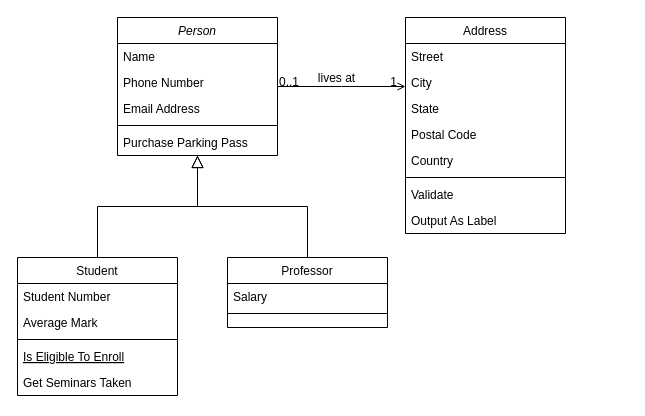
The draw.io diagram Unbenanntes Diagramm.drawio in LadyIsCoding/LadyIsCoding, before the edit. Source tidied: cells renumbered, new cells numbered last; positions are measured from the earlier drawing's top-left corner, leaving out a move shared by most shapes. Both pictures are drawn from the tidied source at 100%, with x=0, y=0 at pixel (17, 17).
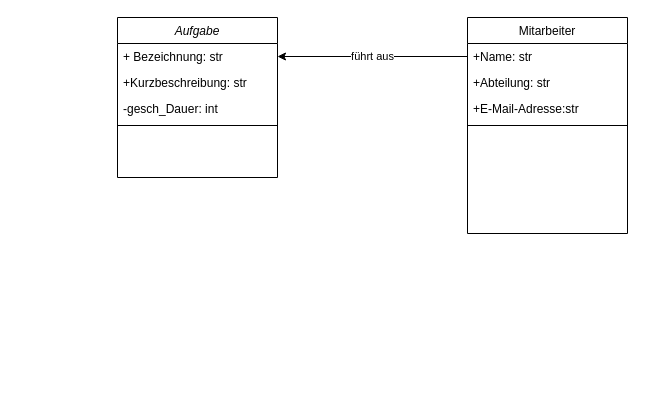
Above is the later version.

What changed in the source:
```diff
@@
-    <mxCell id="2" value="Person" style="swimlane;fontStyle=2;align=center;verticalAlign=top;horizontal=1;startSize=26;rounded=0;shadow=0;strokeWidth=1;" parent="1" vertex="1">
-      <mxGeometry x="100" width="160" height="138" as="geometry" />
+    <mxCell id="2" value="Aufgabe" style="swimlane;fontStyle=2;align=center;verticalAlign=top;horizontal=1;startSize=26;rounded=0;shadow=0;strokeWidth=1;" parent="1" vertex="1">
+      <mxGeometry x="100" width="160" height="160" as="geometry" />
     </mxCell>
-    <mxCell id="3" value="Name" style="text;align=left;verticalAlign=top;spacingLeft=4;spacingRight=4;overflow=hidden;points=[[0,0.5],[1,0.5]];portConstraint=eastwest;" parent="2" vertex="1">
+    <mxCell id="3" value="+ Bezeichnung: str" style="text;align=left;verticalAlign=top;spacingLeft=4;spacingRight=4;overflow=hidden;points=[[0,0.5],[1,0.5]];portConstraint=eastwest;" parent="2" vertex="1">
       <mxGeometry y="26" width="160" height="26" as="geometry" />
     </mxCell>
-    <mxCell id="4" value="Phone Number" style="text;align=left;verticalAlign=top;spacingLeft=4;spacingRight=4;overflow=hidden;rounded=0;shadow=0;html=0;" parent="2" vertex="1">
+    <mxCell id="4" value="+Kurzbeschreibung: str" style="text;align=left;verticalAlign=top;spacingLeft=4;spacingRight=4;overflow=hidden;rounded=0;shadow=0;html=0;" parent="2" vertex="1">
       <mxGeometry y="52" width="160" height="26" as="geometry" />
     </mxCell>
-    <mxCell id="5" value="Email Address" style="text;align=left;verticalAlign=top;spacingLeft=4;spacingRight=4;overflow=hidden;rounded=0;shadow=0;html=0;" parent="2" vertex="1">
+    <mxCell id="5" value="-gesch_Dauer: int" style="text;align=left;verticalAlign=top;spacingLeft=4;spacingRight=4;overflow=hidden;rounded=0;shadow=0;html=0;" parent="2" vertex="1">
       <mxGeometry y="78" width="160" height="26" as="geometry" />
     </mxCell>
@@
-    <mxCell id="7" value="Purchase Parking Pass" style="text;align=left;verticalAlign=top;spacingLeft=4;spacingRight=4;overflow=hidden;" parent="2" vertex="1">
-      <mxGeometry y="112" width="160" height="26" as="geometry" />
-    </mxCell>
-    <mxCell id="8" value="Student" style="swimlane;fontStyle=0;align=center;verticalAlign=top;horizontal=1;startSize=26;rounded=0;shadow=0;strokeWidth=1;" parent="1" vertex="1">
-      <mxGeometry y="240" width="160" height="138" as="geometry" />
-    </mxCell>
-    <mxCell id="9" value="Student Number" style="text;align=left;verticalAlign=top;spacingLeft=4;spacingRight=4;overflow=hidden;" parent="8" vertex="1">
-      <mxGeometry y="26" width="160" height="26" as="geometry" />
-    </mxCell>
-    <mxCell id="10" value="Average Mark" style="text;align=left;verticalAlign=top;spacingLeft=4;spacingRight=4;overflow=hidden;rounded=0;shadow=0;html=0;" parent="8" vertex="1">
-      <mxGeometry y="52" width="160" height="26" as="geometry" />
-    </mxCell>
-    <mxCell id="11" style="line;html=1;strokeWidth=1;align=left;verticalAlign=middle;spacingTop=-1;spacingLeft=3;spacingRight=3;labelPosition=right;" parent="8" vertex="1">
-      <mxGeometry y="78" width="160" height="8" as="geometry" />
-    </mxCell>
-    <mxCell id="12" value="Is Eligible To Enroll" style="text;align=left;verticalAlign=top;spacingLeft=4;spacingRight=4;overflow=hidden;fontStyle=4;" parent="8" vertex="1">
-      <mxGeometry y="86" width="160" height="26" as="geometry" />
-    </mxCell>
-    <mxCell id="13" value="Get Seminars Taken" style="text;align=left;verticalAlign=top;spacingLeft=4;spacingRight=4;overflow=hidden;" parent="8" vertex="1">
-      <mxGeometry y="112" width="160" height="26" as="geometry" />
-    </mxCell>
-    <mxCell id="14" style="endArrow=block;endSize=10;endFill=0;shadow=0;strokeWidth=1;rounded=0;edgeStyle=elbowEdgeStyle;elbow=vertical;" parent="1" edge="1" source="8" target="2">
-      <mxGeometry relative="1" as="geometry" />
-    </mxCell>
-    <mxCell id="15" value="Professor" style="swimlane;fontStyle=0;align=center;verticalAlign=top;horizontal=1;startSize=26;rounded=0;shadow=0;strokeWidth=1;" parent="1" vertex="1">
-      <mxGeometry x="210" y="240" width="160" height="70" as="geometry" />
-    </mxCell>
-    <mxCell id="16" value="Salary" style="text;align=left;verticalAlign=top;spacingLeft=4;spacingRight=4;overflow=hidden;" parent="15" vertex="1">
-      <mxGeometry y="26" width="160" height="26" as="geometry" />
-    </mxCell>
-    <mxCell id="17" style="line;html=1;strokeWidth=1;align=left;verticalAlign=middle;spacingTop=-1;spacingLeft=3;spacingRight=3;labelPosition=right;" parent="15" vertex="1">
-      <mxGeometry y="52" width="160" height="8" as="geometry" />
-    </mxCell>
-    <mxCell id="18" style="endArrow=block;endSize=10;endFill=0;shadow=0;strokeWidth=1;rounded=0;edgeStyle=elbowEdgeStyle;elbow=vertical;" parent="1" edge="1" source="15" target="2">
-      <mxGeometry relative="1" as="geometry" />
-    </mxCell>
-    <mxCell id="19" value="Address" style="swimlane;fontStyle=0;align=center;verticalAlign=top;horizontal=1;startSize=26;rounded=0;shadow=0;strokeWidth=1;" parent="1" vertex="1">
-      <mxGeometry x="388" width="160" height="216" as="geometry" />
+    <mxCell id="19" value="Mitarbeiter" style="swimlane;fontStyle=0;align=center;verticalAlign=top;horizontal=1;startSize=26;rounded=0;shadow=0;strokeWidth=1;" parent="1" vertex="1">
+      <mxGeometry x="450" width="160" height="216" as="geometry" />
     </mxCell>
-    <mxCell id="20" value="Street" style="text;align=left;verticalAlign=top;spacingLeft=4;spacingRight=4;overflow=hidden;" parent="19" vertex="1">
-      <mxGeometry y="26" width="160" height="26" as="geometry" />
-    </mxCell>
-    <mxCell id="21" value="City" style="text;align=left;verticalAlign=top;spacingLeft=4;spacingRight=4;overflow=hidden;rounded=0;shadow=0;html=0;" parent="19" vertex="1">
-      <mxGeometry y="52" width="160" height="26" as="geometry" />
-    </mxCell>
-    <mxCell id="22" value="State" style="text;align=left;verticalAlign=top;spacingLeft=4;spacingRight=4;overflow=hidden;points=[[0,0.5],[1,0.5]];portConstraint=eastwest;rounded=0;shadow=0;html=0;" parent="19" vertex="1">
-      <mxGeometry y="78" width="160" height="26" as="geometry" />
+    <mxCell id="22" value="+Name: str" style="text;align=left;verticalAlign=top;spacingLeft=4;spacingRight=4;overflow=hidden;points=[[0,0.5],[1,0.5]];portConstraint=eastwest;rounded=0;shadow=0;html=0;" parent="19" vertex="1">
+      <mxGeometry y="26" width="160" height="26" as="geometry" />
     </mxCell>
-    <mxCell id="23" value="Postal Code" style="text;align=left;verticalAlign=top;spacingLeft=4;spacingRight=4;overflow=hidden;rounded=0;shadow=0;html=0;" parent="19" vertex="1">
-      <mxGeometry y="104" width="160" height="26" as="geometry" />
+    <mxCell id="23" value="+Abteilung: str" style="text;align=left;verticalAlign=top;spacingLeft=4;spacingRight=4;overflow=hidden;rounded=0;shadow=0;html=0;" parent="19" vertex="1">
+      <mxGeometry y="52" width="160" height="26" as="geometry" />
     </mxCell>
-    <mxCell id="24" value="Country" style="text;align=left;verticalAlign=top;spacingLeft=4;spacingRight=4;overflow=hidden;rounded=0;shadow=0;html=0;" parent="19" vertex="1">
-      <mxGeometry y="130" width="160" height="26" as="geometry" />
+    <mxCell id="24" value="+E-Mail-Adresse:str" style="text;align=left;verticalAlign=top;spacingLeft=4;spacingRight=4;overflow=hidden;rounded=0;shadow=0;html=0;" parent="19" vertex="1">
+      <mxGeometry y="78" width="160" height="26" as="geometry" />
     </mxCell>
     <mxCell id="25" style="line;html=1;strokeWidth=1;align=left;verticalAlign=middle;spacingTop=-1;spacingLeft=3;spacingRight=3;labelPosition=right;" parent="19" vertex="1">
-      <mxGeometry y="156" width="160" height="8" as="geometry" />
+      <mxGeometry y="104" width="160" height="8" as="geometry" />
     </mxCell>
-    <mxCell id="26" value="Validate" style="text;align=left;verticalAlign=top;spacingLeft=4;spacingRight=4;overflow=hidden;" parent="19" vertex="1">
-      <mxGeometry y="164" width="160" height="26" as="geometry" />
-    </mxCell>
-    <mxCell id="27" value="Output As Label" style="text;align=left;verticalAlign=top;spacingLeft=4;spacingRight=4;overflow=hidden;" parent="19" vertex="1">
-      <mxGeometry y="190" width="160" height="26" as="geometry" />
-    </mxCell>
-    <mxCell id="28" style="endArrow=open;shadow=0;strokeWidth=1;rounded=0;endFill=1;edgeStyle=elbowEdgeStyle;elbow=vertical;" parent="1" edge="1" source="2" target="19">
-      <mxGeometry x="0.5" y="41" relative="1" as="geometry">
-        <mxPoint x="-40" y="32" as="offset" />
-      </mxGeometry>
-    </mxCell>
-    <mxCell id="29" value="0..1" style="align=left;verticalAlign=bottom;labelBackgroundColor=none;fontSize=12;" parent="28" vertex="1">
-      <mxGeometry x="-1" relative="1" as="geometry">
-        <mxPoint y="4" as="offset" />
-      </mxGeometry>
-    </mxCell>
-    <mxCell id="30" value="1" style="align=right;verticalAlign=bottom;labelBackgroundColor=none;fontSize=12;" parent="28" vertex="1">
-      <mxGeometry x="1" relative="1" as="geometry">
-        <mxPoint x="-7" y="4" as="offset" />
-      </mxGeometry>
-    </mxCell>
-    <mxCell id="31" value="lives at" style="text;html=1;align=center;verticalAlign=middle;labelBackgroundColor=none;rounded=0;shadow=0;strokeWidth=1;fontSize=12;" parent="28" vertex="1">
-      <mxGeometry x="0.5" y="49" relative="1" as="geometry">
-        <mxPoint x="-38" y="40" as="offset" />
-      </mxGeometry>
-    </mxCell>
+    <mxCell id="32" value="führt aus" style="endArrow=classic;html=1;rounded=0;exitX=0;exitY=0.5;exitDx=0;exitDy=0;entryX=1;entryY=0.5;entryDx=0;entryDy=0;" parent="1" edge="1" source="22" target="3">
+      <mxGeometry relative="1" as="geometry" />
+    </mxCell>
```
